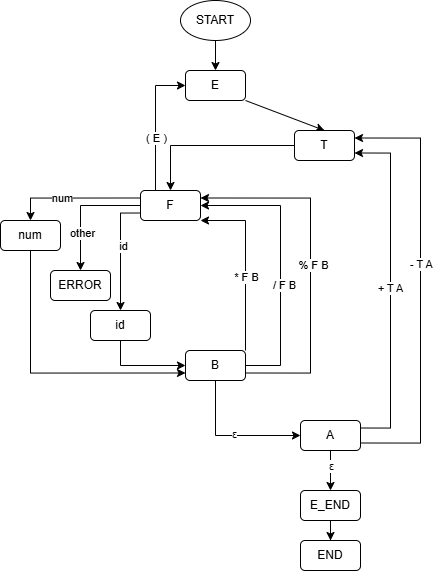
Above: images/lab6/RSschema.drawio.png in AlexandrVeiber/lab_TFYAK (draw.io), before the change. Source tidied: cells renumbered, new cells last; positions are measured from the earlier drawing's top-left corner, leaving out a move shared by most shapes.
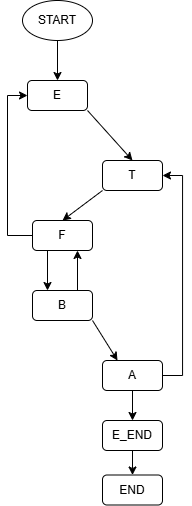
After the change.

What changed in the source:
```diff
@@ -6,146 +6,60 @@
       <mxGeometry relative="1" as="geometry" />
     </mxCell>
     <mxCell id="3" value="START" style="ellipse;whiteSpace=wrap;html=1;" parent="1" vertex="1">
-      <mxGeometry x="180" width="70" height="40" as="geometry" />
+      <mxGeometry x="670" width="70" height="40" as="geometry" />
     </mxCell>
     <mxCell id="4" style="rounded=0;jettySize=auto;html=1;exitX=1;exitY=1;exitDx=0;exitDy=0;entryX=0.5;entryY=0;entryDx=0;entryDy=0;" parent="1" edge="1" source="5" target="7">
       <mxGeometry relative="1" as="geometry" />
     </mxCell>
     <mxCell id="5" value="E" style="rounded=1;whiteSpace=wrap;html=1;" parent="1" vertex="1">
-      <mxGeometry x="185" y="70" width="60" height="30" as="geometry" />
+      <mxGeometry x="675" y="80" width="60" height="30" as="geometry" />
     </mxCell>
-    <mxCell id="6" style="rounded=0;jettySize=auto;html=1;exitX=0;exitY=0.5;exitDx=0;exitDy=0;entryX=0.5;entryY=0;entryDx=0;entryDy=0;edgeStyle=orthogonalEdgeStyle;" parent="1" edge="1" source="7" target="16">
+    <mxCell id="6" style="rounded=0;jettySize=auto;html=1;exitX=0;exitY=1;exitDx=0;exitDy=0;entryX=0.5;entryY=0;entryDx=0;entryDy=0;" parent="1" edge="1" source="7" target="16">
       <mxGeometry relative="1" as="geometry" />
     </mxCell>
     <mxCell id="7" value="T" style="rounded=1;whiteSpace=wrap;html=1;" parent="1" vertex="1">
-      <mxGeometry x="294" y="130" width="60" height="30" as="geometry" />
+      <mxGeometry x="750" y="160" width="60" height="30" as="geometry" />
     </mxCell>
+    <mxCell id="41" style="edgeStyle=orthogonalEdgeStyle;rounded=0;jettySize=auto;html=1;exitX=0.25;exitY=1;exitDx=0;exitDy=0;entryX=0.25;entryY=0;entryDx=0;entryDy=0;" parent="1" edge="1" source="16" target="30">
+      <mxGeometry relative="1" as="geometry" />
+    </mxCell>
-    <mxCell id="8" style="edgeStyle=orthogonalEdgeStyle;rounded=0;jettySize=auto;html=1;exitX=0.25;exitY=0;exitDx=0;exitDy=0;entryX=0;entryY=0.5;entryDx=0;entryDy=0;" parent="1" edge="1" source="16" target="5">
-      <mxGeometry relative="1" as="geometry" />
+    <mxCell id="8" style="edgeStyle=orthogonalEdgeStyle;rounded=0;jettySize=auto;html=1;entryX=0;entryY=0.5;entryDx=0;entryDy=0;" parent="1" edge="1" source="16" target="5">
+      <mxGeometry relative="1" as="geometry">
+        <Array as="points">
+          <mxPoint x="655" y="235" />
+          <mxPoint x="655" y="95" />
+        </Array>
+      </mxGeometry>
     </mxCell>
-    <mxCell id="9" value="( E )" style="edgeLabel;html=1;align=center;verticalAlign=middle;" parent="8" vertex="1">
-      <mxGeometry x="-0.23" relative="1" as="geometry" />
-    </mxCell>
-    <mxCell id="10" style="edgeStyle=orthogonalEdgeStyle;rounded=0;jettySize=auto;html=1;exitX=0;exitY=0.25;exitDx=0;exitDy=0;entryX=0.5;entryY=0;entryDx=0;entryDy=0;" parent="1" edge="1" source="16" target="18">
-      <mxGeometry relative="1" as="geometry" />
-    </mxCell>
-    <mxCell id="11" value="num" style="edgeLabel;html=1;align=center;verticalAlign=middle;" parent="10" vertex="1">
-      <mxGeometry x="0.2" relative="1" as="geometry" />
-    </mxCell>
-    <mxCell id="12" style="edgeStyle=orthogonalEdgeStyle;rounded=0;jettySize=auto;html=1;exitX=0;exitY=0.5;exitDx=0;exitDy=0;entryX=0.5;entryY=0;entryDx=0;entryDy=0;" parent="1" edge="1" source="16" target="19">
-      <mxGeometry relative="1" as="geometry" />
-    </mxCell>
-    <mxCell id="13" value="other" style="edgeLabel;html=1;align=center;verticalAlign=middle;" parent="12" vertex="1">
-      <mxGeometry x="0.4" y="1" relative="1" as="geometry" />
-    </mxCell>
-    <mxCell id="14" style="edgeStyle=orthogonalEdgeStyle;rounded=0;jettySize=auto;html=1;exitX=0;exitY=0.75;exitDx=0;exitDy=0;entryX=0.5;entryY=0;entryDx=0;entryDy=0;" parent="1" edge="1" source="16" target="21">
-      <mxGeometry relative="1" as="geometry" />
-    </mxCell>
-    <mxCell id="15" value="id" style="edgeLabel;html=1;align=center;verticalAlign=middle;" parent="14" vertex="1">
-      <mxGeometry x="-0.08" y="2" relative="1" as="geometry" />
-    </mxCell>
     <mxCell id="16" value="F" style="rounded=1;whiteSpace=wrap;html=1;" parent="1" vertex="1">
-      <mxGeometry x="140" y="190" width="60" height="30" as="geometry" />
+      <mxGeometry x="680" y="220" width="60" height="30" as="geometry" />
     </mxCell>
-    <mxCell id="17" style="edgeStyle=orthogonalEdgeStyle;rounded=0;jettySize=auto;html=1;exitX=0.5;exitY=1;exitDx=0;exitDy=0;entryX=0;entryY=0.75;entryDx=0;entryDy=0;" parent="1" edge="1" source="18" target="30">
-      <mxGeometry relative="1" as="geometry" />
-    </mxCell>
-    <mxCell id="18" value="num" style="rounded=1;whiteSpace=wrap;html=1;" parent="1" vertex="1">
-      <mxGeometry y="220" width="60" height="30" as="geometry" />
-    </mxCell>
-    <mxCell id="19" value="ERROR" style="rounded=1;whiteSpace=wrap;html=1;" parent="1" vertex="1">
-      <mxGeometry x="50" y="270" width="60" height="30" as="geometry" />
-    </mxCell>
-    <mxCell id="20" style="edgeStyle=orthogonalEdgeStyle;rounded=0;jettySize=auto;html=1;exitX=0.5;exitY=1;exitDx=0;exitDy=0;entryX=0;entryY=0.5;entryDx=0;entryDy=0;" parent="1" edge="1" source="21" target="30">
-      <mxGeometry relative="1" as="geometry" />
-    </mxCell>
-    <mxCell id="21" value="id" style="rounded=1;whiteSpace=wrap;html=1;" parent="1" vertex="1">
-      <mxGeometry x="90" y="310" width="60" height="30" as="geometry" />
-    </mxCell>
-    <mxCell id="22" style="edgeStyle=orthogonalEdgeStyle;rounded=0;jettySize=auto;html=1;exitX=1;exitY=0;exitDx=0;exitDy=0;entryX=1;entryY=1;entryDx=0;entryDy=0;" parent="1" edge="1" source="30" target="16">
-      <mxGeometry relative="1" as="geometry">
-        <Array as="points">
-          <mxPoint x="245" y="220" />
-        </Array>
-      </mxGeometry>
-    </mxCell>
-    <mxCell id="23" value="* F B" style="edgeLabel;html=1;align=center;verticalAlign=middle;" parent="22" vertex="1">
-      <mxGeometry x="-0.17" relative="1" as="geometry" />
-    </mxCell>
-    <mxCell id="24" style="edgeStyle=orthogonalEdgeStyle;rounded=0;jettySize=auto;html=1;exitX=1;exitY=0.5;exitDx=0;exitDy=0;entryX=1;entryY=0.5;entryDx=0;entryDy=0;" parent="1" edge="1" source="30" target="16">
-      <mxGeometry relative="1" as="geometry">
-        <Array as="points">
-          <mxPoint x="280" y="365" />
-          <mxPoint x="280" y="205" />
-        </Array>
-      </mxGeometry>
-    </mxCell>
-    <mxCell id="25" value="/ F B" style="edgeLabel;html=1;align=center;verticalAlign=middle;" parent="24" vertex="1">
-      <mxGeometry x="-0.16" y="-3" relative="1" as="geometry" />
-    </mxCell>
-    <mxCell id="26" style="edgeStyle=orthogonalEdgeStyle;rounded=0;jettySize=auto;html=1;exitX=1;exitY=0.75;exitDx=0;exitDy=0;entryX=1;entryY=0.25;entryDx=0;entryDy=0;" parent="1" edge="1" source="30" target="16">
-      <mxGeometry relative="1" as="geometry">
-        <Array as="points">
-          <mxPoint x="310" y="373" />
-          <mxPoint x="310" y="198" />
-        </Array>
-      </mxGeometry>
-    </mxCell>
-    <mxCell id="27" value="% F B" style="edgeLabel;html=1;align=center;verticalAlign=middle;" parent="26" vertex="1">
-      <mxGeometry x="-0.01" y="-2" relative="1" as="geometry" />
-    </mxCell>
+    <mxCell id="42" style="edgeStyle=orthogonalEdgeStyle;rounded=0;jettySize=auto;html=1;exitX=0.75;exitY=0;exitDx=0;exitDy=0;entryX=0.75;entryY=1;entryDx=0;entryDy=0;" parent="1" edge="1" source="30" target="16">
+      <mxGeometry relative="1" as="geometry" />
+    </mxCell>
-    <mxCell id="28" style="edgeStyle=orthogonalEdgeStyle;rounded=0;jettySize=auto;html=1;entryX=0;entryY=0.5;entryDx=0;entryDy=0;" parent="1" edge="1" source="30" target="37">
-      <mxGeometry relative="1" as="geometry">
-        <Array as="points">
-          <mxPoint x="215" y="435" />
-        </Array>
-      </mxGeometry>
+    <mxCell id="28" style="rounded=0;jettySize=auto;html=1;exitX=1;exitY=1;exitDx=0;exitDy=0;entryX=0.25;entryY=0;entryDx=0;entryDy=0;" parent="1" edge="1" source="30" target="37">
+      <mxGeometry relative="1" as="geometry" />
     </mxCell>
-    <mxCell id="29" value="ε" style="edgeLabel;html=1;align=center;verticalAlign=middle;" parent="28" vertex="1">
-      <mxGeometry x="0.04" y="2" relative="1" as="geometry" />
-    </mxCell>
     <mxCell id="30" value="B" style="rounded=1;whiteSpace=wrap;html=1;" parent="1" vertex="1">
-      <mxGeometry x="185" y="350" width="60" height="30" as="geometry" />
+      <mxGeometry x="680" y="290" width="60" height="30" as="geometry" />
     </mxCell>
-    <mxCell id="31" style="edgeStyle=orthogonalEdgeStyle;rounded=0;jettySize=auto;html=1;exitX=1;exitY=0.75;exitDx=0;exitDy=0;entryX=1;entryY=0.25;entryDx=0;entryDy=0;" parent="1" edge="1" source="37" target="7">
-      <mxGeometry relative="1" as="geometry">
-        <Array as="points">
-          <mxPoint x="420" y="443" />
-          <mxPoint x="420" y="138" />
-        </Array>
-      </mxGeometry>
-    </mxCell>
-    <mxCell id="32" value="- T A" style="edgeLabel;html=1;align=center;verticalAlign=middle;" parent="31" vertex="1">
-      <mxGeometry x="0.11" relative="1" as="geometry" />
-    </mxCell>
-    <mxCell id="33" style="edgeStyle=orthogonalEdgeStyle;rounded=0;jettySize=auto;html=1;exitX=1;exitY=0.25;exitDx=0;exitDy=0;entryX=1;entryY=0.75;entryDx=0;entryDy=0;" parent="1" edge="1" source="37" target="7">
-      <mxGeometry relative="1" as="geometry">
-        <Array as="points">
-          <mxPoint x="390" y="428" />
-          <mxPoint x="390" y="153" />
-        </Array>
-      </mxGeometry>
-    </mxCell>
-    <mxCell id="34" value="+ T A" style="edgeLabel;html=1;align=center;verticalAlign=middle;" parent="33" vertex="1">
-      <mxGeometry x="-0.01" y="1" relative="1" as="geometry" />
-    </mxCell>
-    <mxCell id="35" style="edgeStyle=orthogonalEdgeStyle;rounded=0;jettySize=auto;html=1;entryX=0.5;entryY=0;entryDx=0;entryDy=0;" parent="1" edge="1" source="37" target="39">
+    <mxCell id="35" style="edgeStyle=orthogonalEdgeStyle;rounded=0;jettySize=auto;html=1;exitX=0.5;exitY=1;exitDx=0;exitDy=0;entryX=0.5;entryY=0;entryDx=0;entryDy=0;" parent="1" edge="1" source="37" target="39">
       <mxGeometry relative="1" as="geometry" />
     </mxCell>
-    <mxCell id="36" value="ε" style="edgeLabel;html=1;align=center;verticalAlign=middle;" parent="35" vertex="1">
-      <mxGeometry x="-0.23" relative="1" as="geometry" />
-    </mxCell>
+    <mxCell id="43" style="edgeStyle=orthogonalEdgeStyle;rounded=0;jettySize=auto;html=1;exitX=1;exitY=0.5;exitDx=0;exitDy=0;entryX=1;entryY=0.5;entryDx=0;entryDy=0;" parent="1" edge="1" source="37" target="7">
+      <mxGeometry relative="1" as="geometry" />
+    </mxCell>
     <mxCell id="37" value="A" style="rounded=1;whiteSpace=wrap;html=1;" parent="1" vertex="1">
-      <mxGeometry x="300" y="420" width="60" height="30" as="geometry" />
+      <mxGeometry x="750" y="360" width="60" height="30" as="geometry" />
     </mxCell>
-    <mxCell id="38" style="edgeStyle=orthogonalEdgeStyle;rounded=0;jettySize=auto;html=1;" parent="1" edge="1" source="39" target="40">
+    <mxCell id="38" style="edgeStyle=orthogonalEdgeStyle;rounded=0;jettySize=auto;html=1;exitX=0.5;exitY=1;exitDx=0;exitDy=0;entryX=0.5;entryY=0;entryDx=0;entryDy=0;" parent="1" edge="1" source="39" target="40">
       <mxGeometry relative="1" as="geometry" />
     </mxCell>
     <mxCell id="39" value="E_END" style="rounded=1;whiteSpace=wrap;html=1;" parent="1" vertex="1">
-      <mxGeometry x="300" y="490" width="60" height="30" as="geometry" />
+      <mxGeometry x="750" y="420" width="60" height="30" as="geometry" />
     </mxCell>
     <mxCell id="40" value="END" style="rounded=1;whiteSpace=wrap;html=1;" parent="1" vertex="1">
-      <mxGeometry x="300" y="540" width="60" height="30" as="geometry" />
+      <mxGeometry x="750" y="474.5" width="60" height="30" as="geometry" />
     </mxCell>
   </root>
 </mxGraphModel>
```
